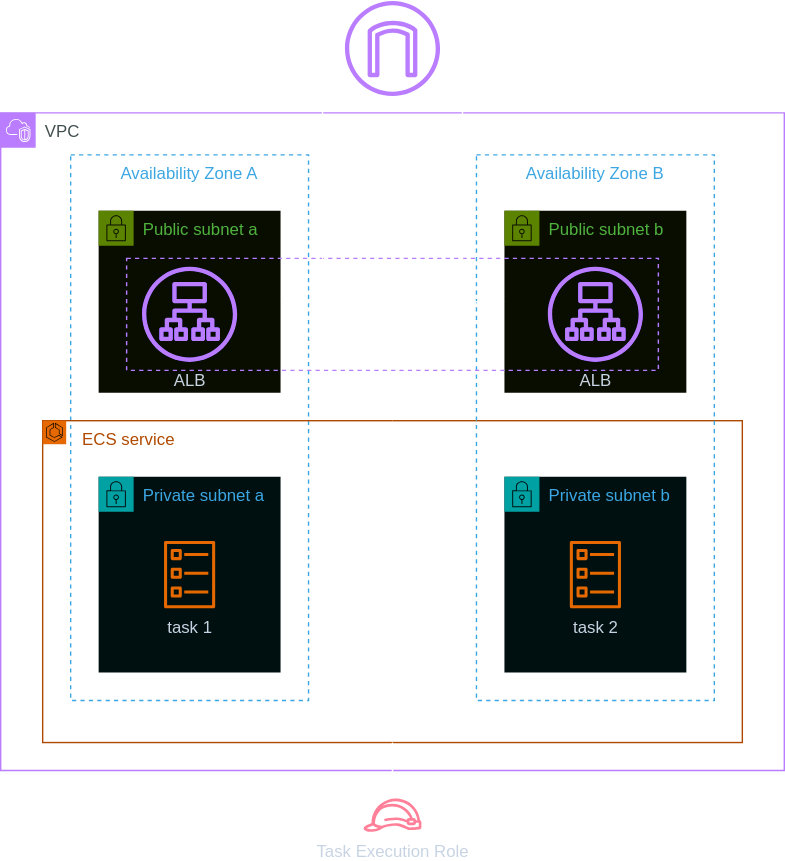
The draw.io diagram docs/media/lab_2_arch.drawio.svg in superluminar-io/aws_advanced_workshop, before a commit. Source tidied: cells renumbered, new cells last; positions are measured from the earlier drawing's top-left corner, leaving out a move shared by most shapes. Source of this version:
```xml
<mxGraphModel>
  <root>
    <mxCell id="0" />
    <mxCell id="1" parent="0" />
    <mxCell id="2" value="VPC" style="gradientColor=none;html=1;whiteSpace=wrap;fontSize=12;fontStyle=0;shape=mxgraph.aws4.group;grIcon=mxgraph.aws4.group_vpc2;strokeColor=#8C4FFF;fillColor=none;verticalAlign=top;align=left;spacingLeft=30;fontColor=#AAB7B8;dashed=0;" parent="1" vertex="1">
      <mxGeometry y="80" width="560" height="470" as="geometry" />
    </mxCell>
    <mxCell id="3" value="Availability Zone A" style="fillColor=none;strokeColor=#147EBA;dashed=1;verticalAlign=top;fontStyle=0;fontColor=#147EBA;whiteSpace=wrap;html=1;" parent="2" vertex="1">
      <mxGeometry x="50" y="30" width="170" height="390" as="geometry" />
    </mxCell>
    <mxCell id="4" value="Public subnet a" style="points=[[0,0],[0.25,0],[0.5,0],[0.75,0],[1,0],[1,0.25],[1,0.5],[1,0.75],[1,1],[0.75,1],[0.5,1],[0.25,1],[0,1],[0,0.75],[0,0.5],[0,0.25]];outlineConnect=0;gradientColor=none;html=1;whiteSpace=wrap;fontSize=12;fontStyle=0;shape=mxgraph.aws4.group;grIcon=mxgraph.aws4.group_security_group;grStroke=0;strokeColor=#7AA116;fillColor=#F2F6E8;verticalAlign=top;align=left;spacingLeft=30;fontColor=#248814;dashed=0;" parent="2" vertex="1">
      <mxGeometry x="70" y="70" width="130" height="130" as="geometry" />
    </mxCell>
    <mxCell id="5" style="group;" parent="2" vertex="1">
      <mxGeometry x="30" y="220" width="500" height="230" as="geometry" />
    </mxCell>
    <mxCell id="6" value="&lt;font color=&quot;#ff9933&quot;&gt;&amp;nbsp; &amp;nbsp; &amp;nbsp; &amp;nbsp; ECS service&lt;/font&gt;" style="rounded=0;whiteSpace=wrap;html=1;fillColor=none;strokeColor=#FF9933;verticalAlign=top;align=left;" parent="5" vertex="1">
      <mxGeometry width="500" height="230" as="geometry" />
    </mxCell>
    <mxCell id="7" style="sketch=0;fontColor=#232F3E;fillColor=#ED7100;strokeColor=#ffffff;dashed=0;verticalLabelPosition=bottom;verticalAlign=top;align=center;html=1;fontSize=12;fontStyle=0;shape=mxgraph.aws4.resourceIcon;resIcon=mxgraph.aws4.ecs;" parent="5" vertex="1">
      <mxGeometry width="16.8" height="16.8" as="geometry" />
    </mxCell>
    <mxCell id="8" value="Private subnet a" style="gradientColor=none;html=1;whiteSpace=wrap;fontSize=12;fontStyle=0;shape=mxgraph.aws4.group;grIcon=mxgraph.aws4.group_security_group;grStroke=0;strokeColor=#00A4A6;fillColor=#E6F6F7;verticalAlign=top;align=left;spacingLeft=30;fontColor=#147EBA;dashed=0;" parent="2" vertex="1">
      <mxGeometry x="70" y="260" width="130" height="140" as="geometry" />
    </mxCell>
    <mxCell id="9" value="task 1" style="sketch=0;fontColor=#232F3E;gradientColor=none;fillColor=#ED7100;strokeColor=none;dashed=0;verticalLabelPosition=bottom;verticalAlign=top;align=center;html=1;fontSize=12;fontStyle=0;shape=mxgraph.aws4.ecs_task;" parent="8" vertex="1">
      <mxGeometry x="46.5" y="46" width="37" height="48" as="geometry" />
    </mxCell>
    <mxCell id="10" value="ALB" style="sketch=0;fontColor=#232F3E;gradientColor=none;fillColor=#8C4FFF;strokeColor=none;dashed=0;verticalLabelPosition=bottom;verticalAlign=top;align=center;html=1;fontSize=12;fontStyle=0;shape=mxgraph.aws4.application_load_balancer;" parent="2" vertex="1">
      <mxGeometry x="101" y="110" width="68" height="68" as="geometry" />
    </mxCell>
    <mxCell id="11" style="edgeStyle=orthogonalEdgeStyle;rounded=0;jettySize=auto;html=1;" parent="2" edge="1" source="17" target="6">
      <mxGeometry relative="1" as="geometry">
        <Array as="points">
          <mxPoint x="280" y="210" />
          <mxPoint x="280" y="210" />
        </Array>
      </mxGeometry>
    </mxCell>
    <mxCell id="12" value="Availability Zone B" style="fillColor=none;strokeColor=#147EBA;dashed=1;verticalAlign=top;fontStyle=0;fontColor=#147EBA;whiteSpace=wrap;html=1;" parent="2" vertex="1">
      <mxGeometry x="340" y="30" width="170" height="390" as="geometry" />
    </mxCell>
    <mxCell id="13" value="Public subnet b" style="points=[[0,0],[0.25,0],[0.5,0],[0.75,0],[1,0],[1,0.25],[1,0.5],[1,0.75],[1,1],[0.75,1],[0.5,1],[0.25,1],[0,1],[0,0.75],[0,0.5],[0,0.25]];outlineConnect=0;gradientColor=none;html=1;whiteSpace=wrap;fontSize=12;fontStyle=0;shape=mxgraph.aws4.group;grIcon=mxgraph.aws4.group_security_group;grStroke=0;strokeColor=#7AA116;fillColor=#F2F6E8;verticalAlign=top;align=left;spacingLeft=30;fontColor=#248814;dashed=0;" parent="2" vertex="1">
      <mxGeometry x="360" y="70" width="130" height="130" as="geometry" />
    </mxCell>
    <mxCell id="14" value="Private subnet b" style="gradientColor=none;html=1;whiteSpace=wrap;fontSize=12;fontStyle=0;shape=mxgraph.aws4.group;grIcon=mxgraph.aws4.group_security_group;grStroke=0;strokeColor=#00A4A6;fillColor=#E6F6F7;verticalAlign=top;align=left;spacingLeft=30;fontColor=#147EBA;dashed=0;" parent="2" vertex="1">
      <mxGeometry x="360" y="260" width="130" height="140" as="geometry" />
    </mxCell>
    <mxCell id="15" value="task 2" style="sketch=0;fontColor=#232F3E;gradientColor=none;fillColor=#ED7100;strokeColor=none;dashed=0;verticalLabelPosition=bottom;verticalAlign=top;align=center;html=1;fontSize=12;fontStyle=0;shape=mxgraph.aws4.ecs_task;" parent="14" vertex="1">
      <mxGeometry x="46.5" y="46" width="37" height="48" as="geometry" />
    </mxCell>
    <mxCell id="16" value="ALB" style="sketch=0;fontColor=#232F3E;gradientColor=none;fillColor=#8C4FFF;strokeColor=none;dashed=0;verticalLabelPosition=bottom;verticalAlign=top;align=center;html=1;fontSize=12;fontStyle=0;shape=mxgraph.aws4.application_load_balancer;" parent="2" vertex="1">
      <mxGeometry x="391" y="110" width="68" height="68" as="geometry" />
    </mxCell>
    <mxCell id="17" style="rounded=0;whiteSpace=wrap;html=1;fillColor=none;dashed=1;strokeColor=#8c4fff;" parent="2" vertex="1">
      <mxGeometry x="90" y="104" width="380" height="80" as="geometry" />
    </mxCell>
    <mxCell id="18" style="sketch=0;outlineConnect=0;fontColor=#232F3E;gradientColor=none;fillColor=#8C4FFF;strokeColor=none;dashed=0;verticalLabelPosition=bottom;verticalAlign=top;align=center;html=1;fontSize=12;fontStyle=0;shape=mxgraph.aws4.internet_gateway;" parent="1" vertex="1">
      <mxGeometry x="246" width="68" height="68" as="geometry" />
    </mxCell>
    <mxCell id="19" style="edgeStyle=orthogonalEdgeStyle;rounded=0;jettySize=auto;html=1;startArrow=classic;startFill=1;" parent="1" edge="1" source="18" target="4">
      <mxGeometry relative="1" as="geometry">
        <Array as="points">
          <mxPoint x="230" y="34" />
          <mxPoint x="230" y="215" />
        </Array>
      </mxGeometry>
    </mxCell>
    <mxCell id="20" style="edgeStyle=orthogonalEdgeStyle;rounded=0;jettySize=auto;html=1;startArrow=classic;startFill=1;" parent="1" edge="1" source="18" target="13">
      <mxGeometry relative="1" as="geometry">
        <Array as="points">
          <mxPoint x="330" y="34" />
          <mxPoint x="330" y="215" />
        </Array>
      </mxGeometry>
    </mxCell>
    <mxCell id="21" value="Task Execution Role" style="sketch=0;outlineConnect=0;fontColor=#232F3E;gradientColor=none;fillColor=#DD344C;strokeColor=none;dashed=0;verticalLabelPosition=bottom;verticalAlign=top;align=center;html=1;fontSize=12;fontStyle=0;shape=mxgraph.aws4.role;" parent="1" vertex="1">
      <mxGeometry x="258.9" y="570" width="42.2" height="23.8" as="geometry" />
    </mxCell>
    <mxCell id="22" style="edgeStyle=orthogonalEdgeStyle;rounded=0;jettySize=auto;html=1;" parent="1" edge="1" source="6" target="21">
      <mxGeometry relative="1" as="geometry" />
    </mxCell>
  </root>
</mxGraphModel>
```
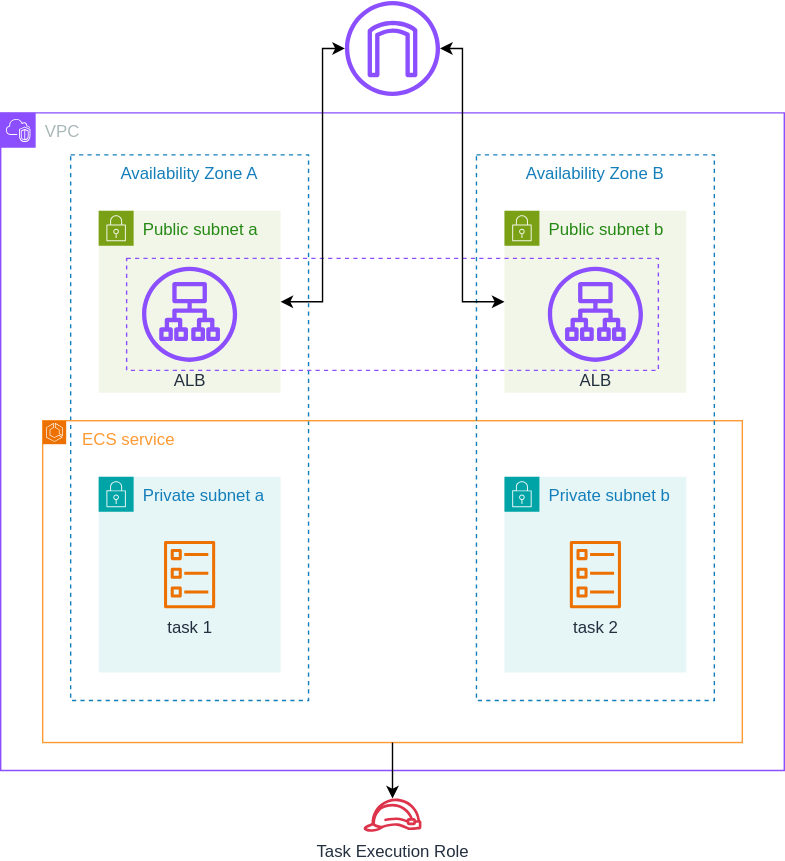
Above is the later version.

What changed in the source:
```diff
@@ -29,14 +29,6 @@
     <mxCell id="10" value="ALB" style="sketch=0;fontColor=#232F3E;gradientColor=none;fillColor=#8C4FFF;strokeColor=none;dashed=0;verticalLabelPosition=bottom;verticalAlign=top;align=center;html=1;fontSize=12;fontStyle=0;shape=mxgraph.aws4.application_load_balancer;" parent="2" vertex="1">
       <mxGeometry x="101" y="110" width="68" height="68" as="geometry" />
     </mxCell>
-    <mxCell id="11" style="edgeStyle=orthogonalEdgeStyle;rounded=0;jettySize=auto;html=1;" parent="2" edge="1" source="17" target="6">
-      <mxGeometry relative="1" as="geometry">
-        <Array as="points">
-          <mxPoint x="280" y="210" />
-          <mxPoint x="280" y="210" />
-        </Array>
-      </mxGeometry>
-    </mxCell>
     <mxCell id="12" value="Availability Zone B" style="fillColor=none;strokeColor=#147EBA;dashed=1;verticalAlign=top;fontStyle=0;fontColor=#147EBA;whiteSpace=wrap;html=1;" parent="2" vertex="1">
       <mxGeometry x="340" y="30" width="170" height="390" as="geometry" />
     </mxCell>
```
